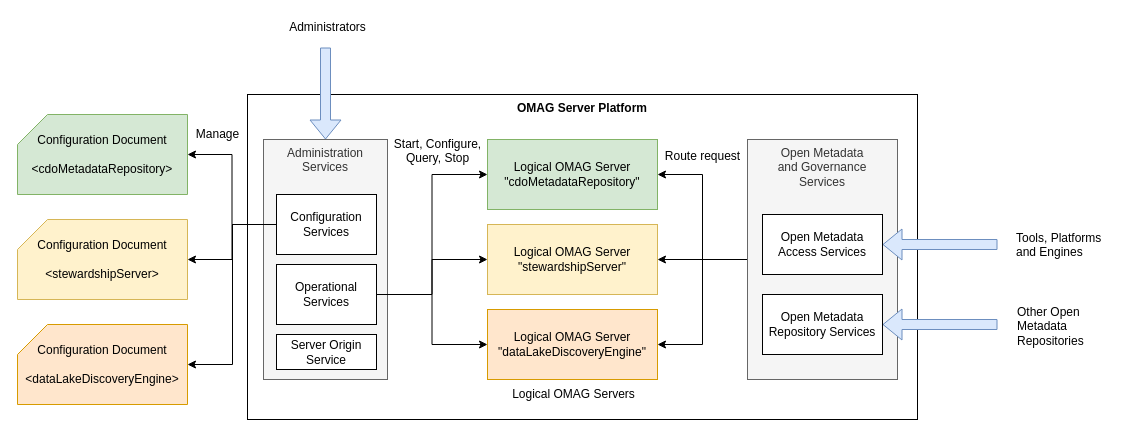
planetf1/egeria keeps this draw.io diagram as page "overview" (1 of 4) of open-metadata-publication/website/omag-server/omag-server-platform.drawio. Above is the earlier version. Source tidied: cells renumbered, new cells numbered last; positions are measured from the earlier drawing's top-left corner, leaving out a move shared by most shapes. Both pictures are drawn from the tidied source at 100%, with x=0, y=0 at pixel (17, 17).
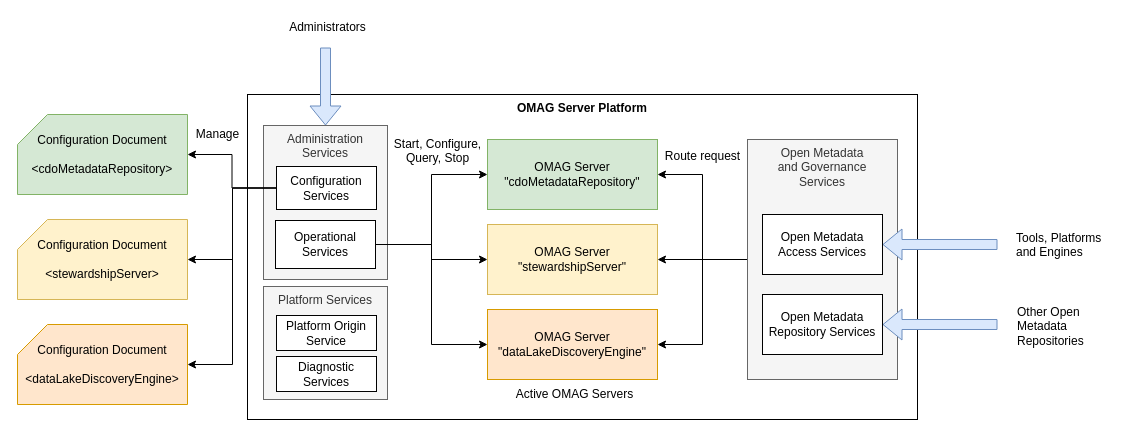
Above is the later version.

Unchanged cells that the change refers to:
```xml
<mxCell id="18" value="Configuration Document&lt;br&gt;&lt;br&gt;&amp;lt;stewardshipServer&amp;gt;&lt;br&gt;" style="shape=card;whiteSpace=wrap;html=1;fillColor=#fff2cc;strokeColor=#d6b656;" parent="1" vertex="1">
  <mxGeometry y="202" width="170" height="80" as="geometry" />
</mxCell>
<mxCell id="19" value="Configuration Document&lt;br&gt;&lt;br&gt;&amp;lt;dataLakeDiscoveryEngine&amp;gt;&lt;br&gt;" style="shape=card;whiteSpace=wrap;html=1;fillColor=#ffe6cc;strokeColor=#d79b00;" parent="1" vertex="1">
  <mxGeometry y="307" width="170" height="80" as="geometry" />
</mxCell>
```

The edit, as a diff of the source:
```diff
@@
     <mxCell id="3" value="Administration&lt;br&gt;Services&lt;br&gt;" style="rounded=0;whiteSpace=wrap;html=1;fillColor=#f5f5f5;strokeColor=#666666;fontColor=#333333;verticalAlign=top;" parent="1" vertex="1">
-      <mxGeometry x="246" y="122" width="124" height="240" as="geometry" />
+      <mxGeometry x="246" y="108" width="124" height="154" as="geometry" />
     </mxCell>
@@
     <mxCell id="11" style="edgeStyle=orthogonalEdgeStyle;rounded=0;html=1;exitX=1;exitY=0.5;exitDx=0;exitDy=0;jettySize=auto;" parent="1" edge="1" source="27" target="17">
-      <mxGeometry relative="1" as="geometry" />
+      <mxGeometry relative="1" as="geometry">
+        <Array as="points">
+          <mxPoint x="414" y="227" />
+          <mxPoint x="414" y="327" />
+        </Array>
+      </mxGeometry>
     </mxCell>
@@
     <mxCell id="13" style="edgeStyle=orthogonalEdgeStyle;rounded=0;html=1;exitX=0;exitY=0.5;exitDx=0;exitDy=0;jettySize=auto;" parent="1" edge="1" source="26" target="18">
-      <mxGeometry relative="1" as="geometry" />
+      <mxGeometry relative="1" as="geometry">
+        <Array as="points">
+          <mxPoint x="215" y="171" />
+          <mxPoint x="215" y="242" />
+        </Array>
+      </mxGeometry>
     </mxCell>
-    <mxCell id="14" style="edgeStyle=orthogonalEdgeStyle;rounded=0;html=1;jettySize=auto;entryX=1;entryY=0.5;entryDx=0;entryDy=0;entryPerimeter=0;" parent="1" edge="1" source="26" target="19">
+    <mxCell id="14" style="edgeStyle=orthogonalEdgeStyle;rounded=0;html=1;jettySize=auto;entryX=1;entryY=0.5;entryDx=0;entryDy=0;entryPerimeter=0;exitX=0;exitY=0.5;exitDx=0;exitDy=0;" parent="1" edge="1" source="26" target="19">
       <mxGeometry relative="1" as="geometry">
         <Array as="points">
-          <mxPoint x="215" y="207" />
+          <mxPoint x="215" y="171" />
           <mxPoint x="215" y="347" />
         </Array>
       </mxGeometry>
     </mxCell>
-    <mxCell id="15" value="Logical OMAG Server&lt;br&gt;&quot;cdoMetadataRepository&quot;&lt;br&gt;" style="rounded=0;whiteSpace=wrap;html=1;fillColor=#d5e8d4;strokeColor=#82b366;" parent="1" vertex="1">
+    <mxCell id="15" value="OMAG Server&lt;br&gt;&quot;cdoMetadataRepository&quot;" style="rounded=0;whiteSpace=wrap;html=1;fillColor=#d5e8d4;strokeColor=#82b366;" parent="1" vertex="1">
       <mxGeometry x="470" y="122" width="170" height="70" as="geometry" />
     </mxCell>
-    <mxCell id="16" value="Logical OMAG Server&lt;br&gt;&quot;stewardshipServer&quot;&lt;br&gt;" style="rounded=0;whiteSpace=wrap;html=1;fillColor=#fff2cc;strokeColor=#d6b656;" parent="1" vertex="1">
+    <mxCell id="16" value="OMAG Server&lt;br&gt;&quot;stewardshipServer&quot;" style="rounded=0;whiteSpace=wrap;html=1;fillColor=#fff2cc;strokeColor=#d6b656;" parent="1" vertex="1">
       <mxGeometry x="470" y="207" width="170" height="70" as="geometry" />
     </mxCell>
-    <mxCell id="17" value="Logical OMAG Server&lt;br&gt;&quot;dataLakeDiscoveryEngine&quot;&lt;br&gt;" style="rounded=0;whiteSpace=wrap;html=1;fillColor=#ffe6cc;strokeColor=#d79b00;" parent="1" vertex="1">
+    <mxCell id="17" value="OMAG Server&lt;br&gt;&quot;dataLakeDiscoveryEngine&quot;" style="rounded=0;whiteSpace=wrap;html=1;fillColor=#ffe6cc;strokeColor=#d79b00;" parent="1" vertex="1">
       <mxGeometry x="470" y="292" width="170" height="70" as="geometry" />
     </mxCell>
@@
     <mxCell id="26" value="Configuration&lt;br&gt;Services&lt;br&gt;" style="rounded=0;whiteSpace=wrap;html=1;align=center;" parent="1" vertex="1">
-      <mxGeometry x="259" y="177" width="100" height="60" as="geometry" />
+      <mxGeometry x="259" y="149" width="100" height="43" as="geometry" />
     </mxCell>
     <mxCell id="27" value="Operational&lt;br&gt;Services&lt;br&gt;" style="rounded=0;whiteSpace=wrap;html=1;align=center;" parent="1" vertex="1">
-      <mxGeometry x="259" y="247" width="100" height="60" as="geometry" />
+      <mxGeometry x="258" y="203" width="100" height="48" as="geometry" />
     </mxCell>
-    <mxCell id="28" value="Server Origin&lt;br&gt;Service&lt;br&gt;" style="rounded=0;whiteSpace=wrap;html=1;align=center;" parent="1" vertex="1">
-      <mxGeometry x="259" y="317" width="100" height="35" as="geometry" />
-    </mxCell>
@@
-    <mxCell id="35" value="Logical OMAG Servers" style="text;html=1;align=center;verticalAlign=top;spacingTop=-4;" parent="1" vertex="1">
-      <mxGeometry x="486" y="367" width="140" height="20" as="geometry" />
+    <mxCell id="35" value="Active OMAG Servers" style="text;html=1;align=center;verticalAlign=top;spacingTop=-4;" parent="1" vertex="1">
+      <mxGeometry x="493" y="367" width="127" height="14" as="geometry" />
     </mxCell>
+    <mxCell id="36" value="Platform Services" style="rounded=0;whiteSpace=wrap;html=1;fillColor=#f5f5f5;strokeColor=#666666;fontColor=#333333;verticalAlign=top;" parent="1" vertex="1">
+      <mxGeometry x="246" y="269" width="124" height="113" as="geometry" />
+    </mxCell>
+    <mxCell id="28" value="Diagnostic&lt;br&gt;Services" style="rounded=0;whiteSpace=wrap;html=1;align=center;" parent="1" vertex="1">
+      <mxGeometry x="259" y="339" width="100" height="35" as="geometry" />
+    </mxCell>
+    <mxCell id="37" value="Platform Origin&lt;br&gt;Service" style="rounded=0;whiteSpace=wrap;html=1;align=center;" parent="1" vertex="1">
+      <mxGeometry x="259" y="298" width="100" height="35" as="geometry" />
+    </mxCell>
```
